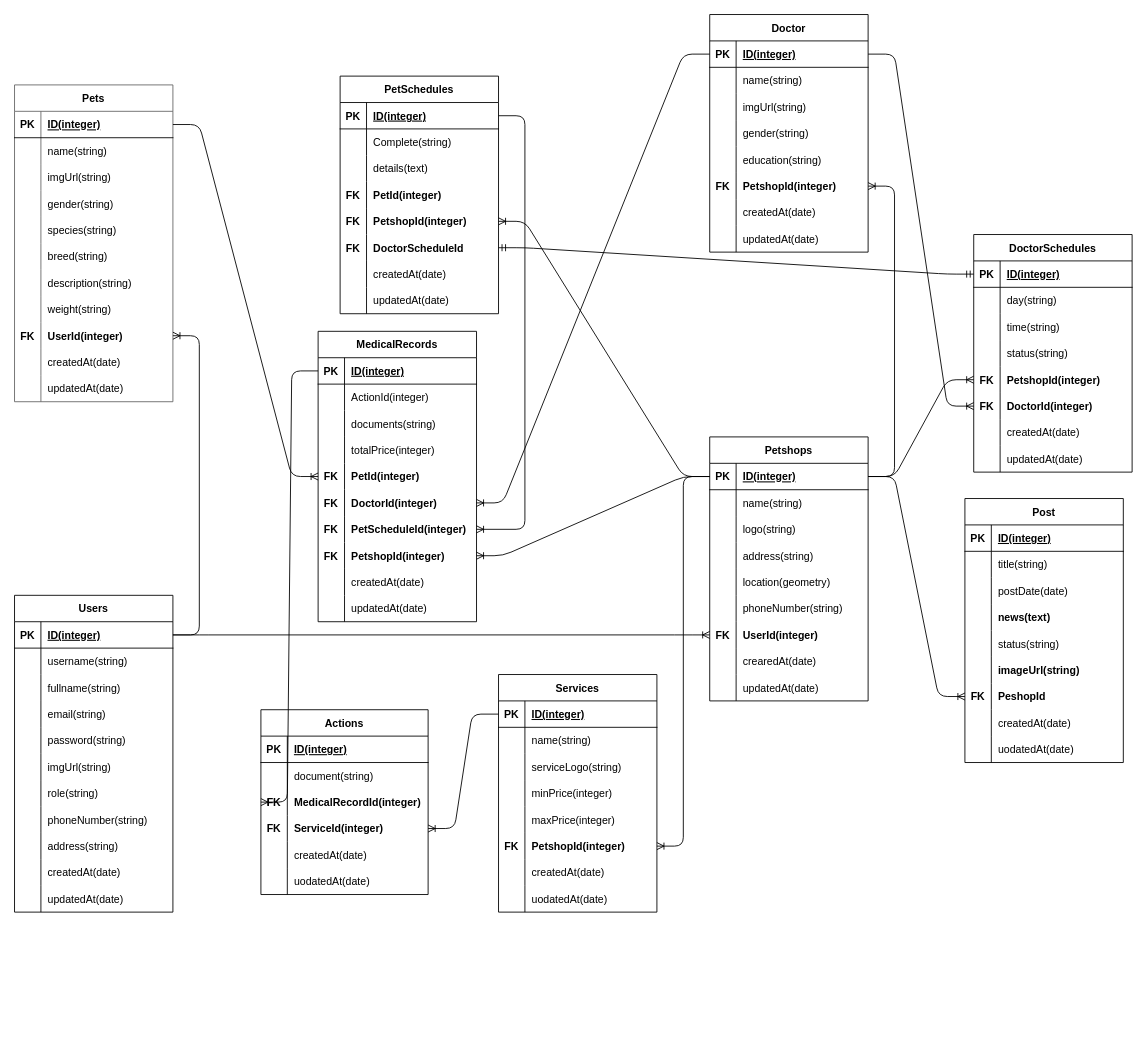
This is petPlus.drawio from Pet-Plus-Hackiv8/fsjs-t1-final-server, a draw.io file, before an edit. Source tidied: cells renumbered, new cells numbered last; positions are measured from the earlier drawing's top-left corner, leaving out a move shared by most shapes. Both pictures are drawn from the tidied source at 88%, with x=0, y=0 at pixel (14, 14).
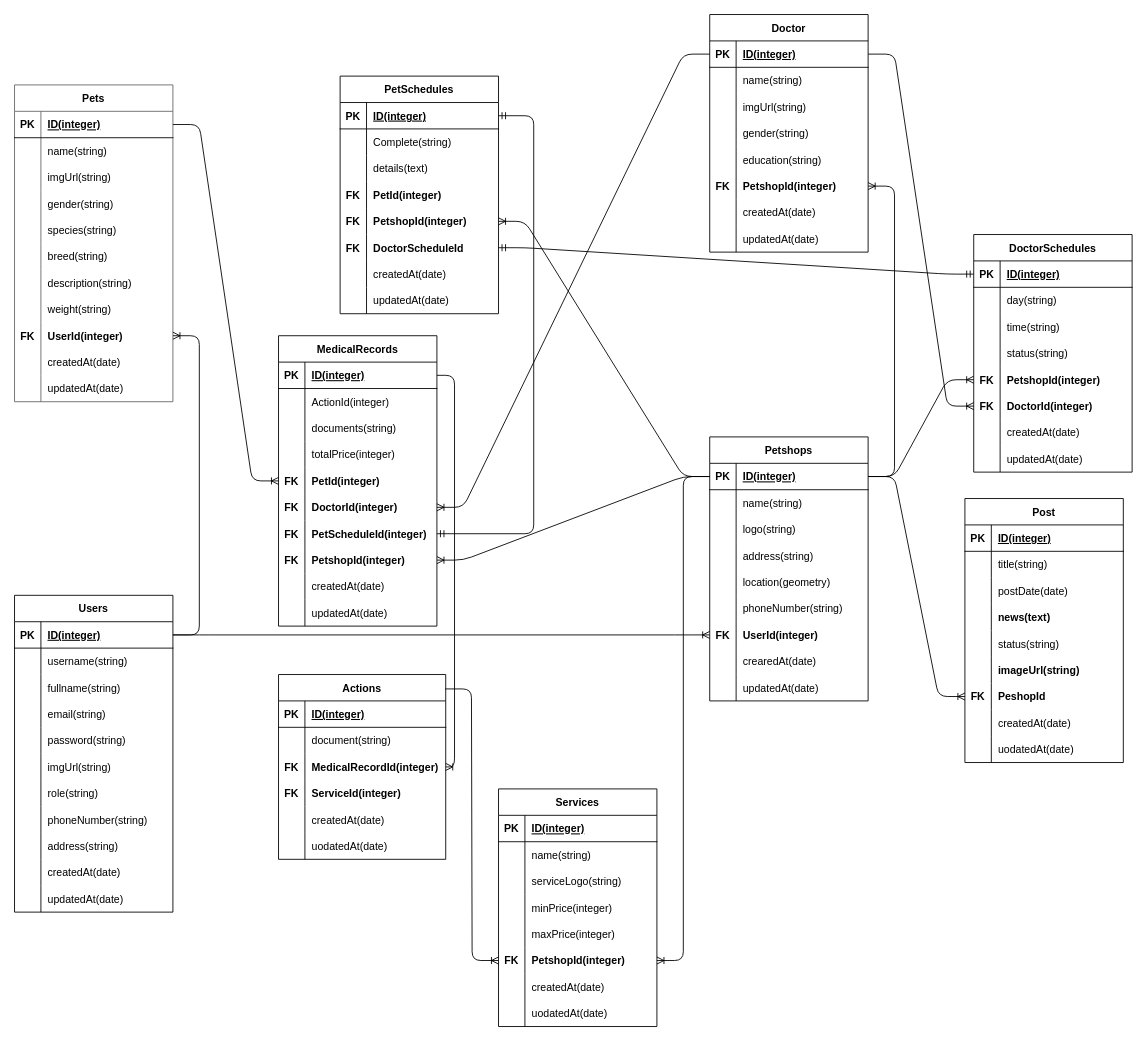
After the change.

Commit message:
feat: revisi erd

The change refers to these unchanged cells:
```xml
<mxCell id="124" style="shape=tableRow;horizontal=0;startSize=0;swimlaneHead=0;swimlaneBody=0;fillColor=none;points=[[0,0.5],[1,0.5]];portConstraint=eastwest;top=0;left=0;right=0;bottom=1;" parent="123" vertex="1">
  <mxGeometry y="30" width="180" height="30" as="geometry" />
</mxCell>
<mxCell id="149" style="shape=tableRow;horizontal=0;startSize=0;swimlaneHead=0;swimlaneBody=0;fillColor=none;points=[[0,0.5],[1,0.5]];portConstraint=eastwest;top=0;left=0;right=0;bottom=1;" parent="148" vertex="1">
  <mxGeometry y="30" width="180" height="30" as="geometry" />
</mxCell>
<mxCell id="167" style="shape=tableRow;horizontal=0;startSize=0;swimlaneHead=0;swimlaneBody=0;fillColor=none;points=[[0,0.5],[1,0.5]];portConstraint=eastwest;top=0;left=0;right=0;bottom=0;" parent="148" vertex="1">
  <mxGeometry y="210" width="180" height="30" as="geometry" />
</mxCell>
<mxCell id="180" style="shape=tableRow;horizontal=0;startSize=0;swimlaneHead=0;swimlaneBody=0;fillColor=none;points=[[0,0.5],[1,0.5]];portConstraint=eastwest;top=0;left=0;right=0;bottom=1;" parent="179" vertex="1">
  <mxGeometry y="30" width="180" height="30" as="geometry" />
</mxCell>
<mxCell id="195" style="shape=tableRow;horizontal=0;startSize=0;swimlaneHead=0;swimlaneBody=0;fillColor=none;points=[[0,0.5],[1,0.5]];portConstraint=eastwest;top=0;left=0;right=0;bottom=0;" parent="179" vertex="1">
  <mxGeometry y="180" width="180" height="30" as="geometry" />
</mxCell>
<mxCell id="277" style="shape=tableRow;horizontal=0;startSize=0;swimlaneHead=0;swimlaneBody=0;fillColor=none;points=[[0,0.5],[1,0.5]];portConstraint=eastwest;top=0;left=0;right=0;bottom=0;fontStyle=0;" parent="270" vertex="1">
  <mxGeometry y="90" width="190" height="30" as="geometry" />
</mxCell>
<mxCell id="280" style="shape=tableRow;horizontal=0;startSize=0;swimlaneHead=0;swimlaneBody=0;fillColor=none;points=[[0,0.5],[1,0.5]];portConstraint=eastwest;top=0;left=0;right=0;bottom=0;" parent="270" vertex="1">
  <mxGeometry y="120" width="190" height="30" as="geometry" />
</mxCell>
```

Diff of the diagram source:
```diff
@@
     <mxCell id="148" value="MedicalRecords" style="shape=table;startSize=30;childLayout=tableLayout;rowLines=0;fontStyle=1;align=center;" parent="1" vertex="1">
-      <mxGeometry x="345" y="360" width="180" height="330" as="geometry" />
+      <mxGeometry x="300" y="365" width="180" height="330" as="geometry" />
     </mxCell>
@@
     <mxCell id="179" value="Services" style="shape=table;startSize=30;childLayout=tableLayout;rowLines=0;fontStyle=1;align=center;" parent="1" vertex="1">
-      <mxGeometry x="550" y="750" width="180" height="270" as="geometry" />
+      <mxGeometry x="550" y="880" width="180" height="270" as="geometry" />
     </mxCell>
@@
-    <mxCell id="232" style="edgeStyle=entityRelationEdgeStyle;fontSize=12;html=1;endArrow=ERoneToMany;" parent="1" edge="1" source="124" target="167">
-      <mxGeometry relative="1" as="geometry" />
-    </mxCell>
@@
     <mxCell id="270" value="Actions" style="shape=table;startSize=30;childLayout=tableLayout;rowLines=0;fontStyle=1;align=center;" parent="1" vertex="1">
-      <mxGeometry x="280" y="790" width="190" height="210" as="geometry" />
+      <mxGeometry x="300" y="750" width="190" height="210" as="geometry" />
     </mxCell>
@@
-    <mxCell id="289" style="edgeStyle=entityRelationEdgeStyle;fontSize=12;html=1;endArrow=ERoneToMany;exitX=0;exitY=0.5;exitDx=0;exitDy=0;entryX=0;entryY=0.5;entryDx=0;entryDy=0;" parent="1" edge="1" source="149" target="277">
+    <mxCell id="289" style="edgeStyle=orthogonalEdgeStyle;fontSize=12;html=1;endArrow=ERoneToMany;entryX=1;entryY=0.5;entryDx=0;entryDy=0;exitX=1;exitY=0.5;exitDx=0;exitDy=0;" parent="1" edge="1" source="149" target="277">
       <mxGeometry relative="1" as="geometry" />
     </mxCell>
-    <mxCell id="290" style="edgeStyle=entityRelationEdgeStyle;fontSize=12;html=1;endArrow=ERoneToMany;entryX=1;entryY=0.5;entryDx=0;entryDy=0;exitX=0;exitY=0.5;exitDx=0;exitDy=0;" parent="1" edge="1" source="180" target="280">
-      <mxGeometry relative="1" as="geometry" />
-    </mxCell>
+    <mxCell id="291" style="edgeStyle=entityRelationEdgeStyle;fontSize=12;html=1;endArrow=ERoneToMany;exitX=0.996;exitY=0.078;exitDx=0;exitDy=0;exitPerimeter=0;entryX=0;entryY=0.5;entryDx=0;entryDy=0;" parent="1" edge="1" source="270" target="195">
+      <mxGeometry relative="1" as="geometry" />
+    </mxCell>
+    <mxCell id="292" style="edgeStyle=orthogonalEdgeStyle;fontSize=12;html=1;endArrow=ERmandOne;startArrow=ERmandOne;exitX=1;exitY=0.5;exitDx=0;exitDy=0;entryX=1;entryY=0.5;entryDx=0;entryDy=0;" parent="1" edge="1" source="167" target="124">
+      <mxGeometry relative="1" as="geometry">
+        <Array as="points">
+          <mxPoint x="590" y="590" />
+          <mxPoint x="590" y="115" />
+        </Array>
+      </mxGeometry>
+    </mxCell>
```
